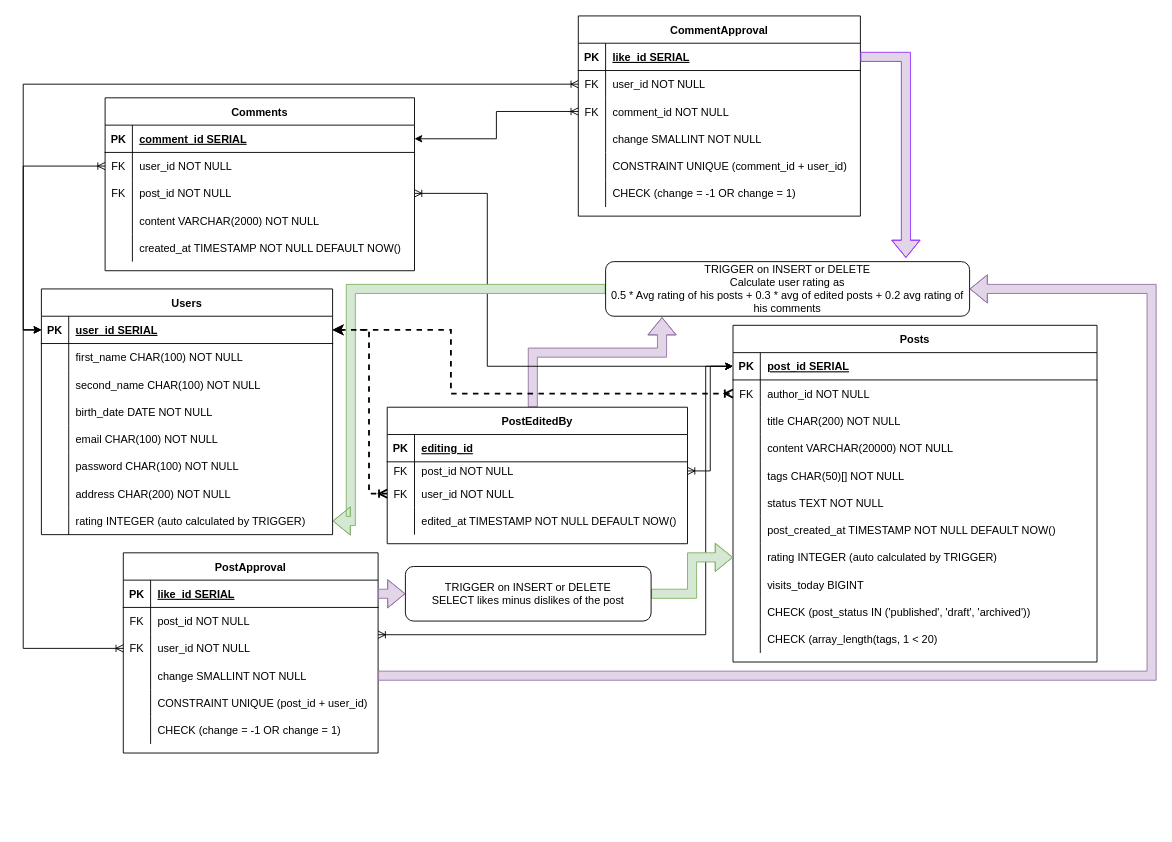
Above: src/psql/design.drawio in darklab8/darklab_training_postgresql (draw.io), before the change. Source tidied: cells renumbered, new cells numbered last; positions are measured from the earlier drawing's top-left corner, leaving out a move shared by most shapes. Both pictures are drawn from the tidied source at 91%, with x=0, y=0 at pixel (41, 15).
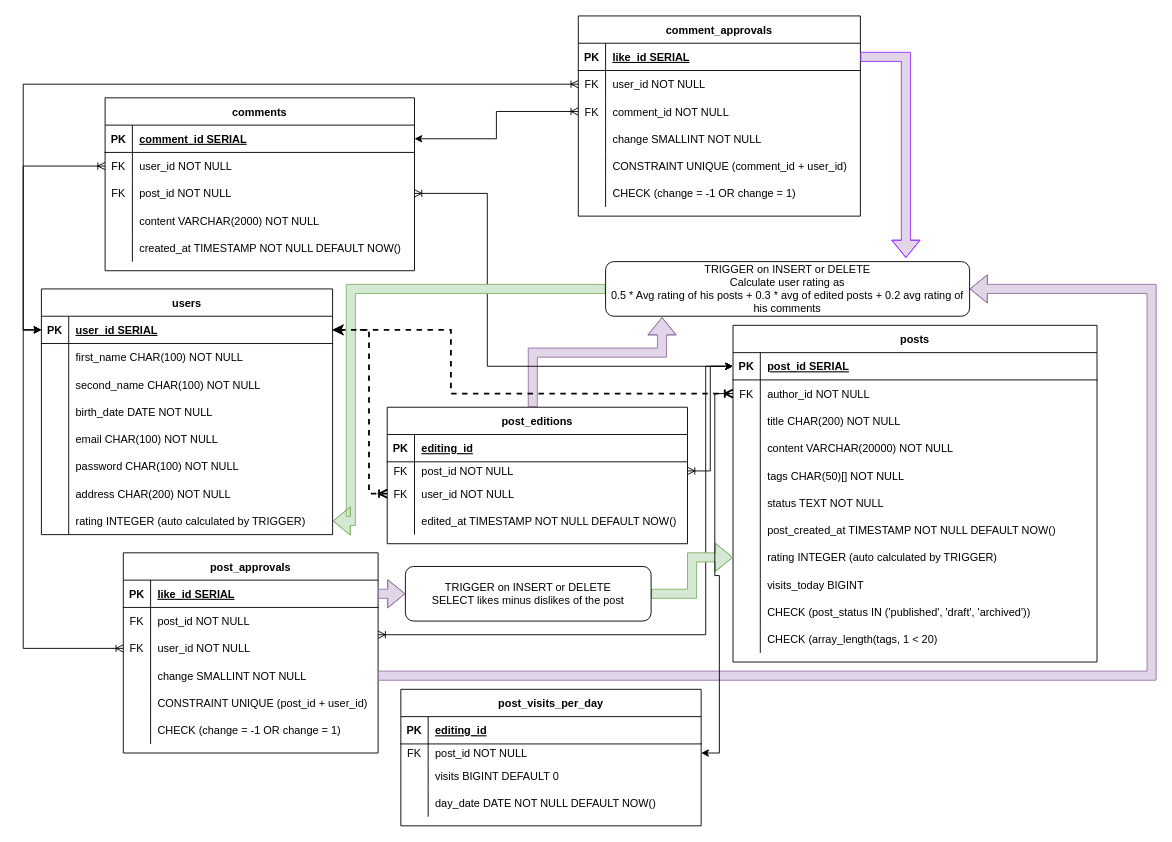
After the change.

The change refers to these unchanged cells:
```xml
<mxCell id="31" style="shape=tableRow;horizontal=0;startSize=0;swimlaneHead=0;swimlaneBody=0;fillColor=none;points=[[0,0.5],[1,0.5]];portConstraint=eastwest;top=0;left=0;right=0;bottom=0;" parent="27" vertex="1">
  <mxGeometry y="60" width="400" height="30" as="geometry" />
</mxCell>
```

Change to the diagram source:
```diff
@@
-    <mxCell id="2" value="Users" style="shape=table;startSize=30;childLayout=tableLayout;rowLines=0;fontStyle=1;align=center;" parent="1" vertex="1">
+    <mxCell id="2" value="users" style="shape=table;startSize=30;childLayout=tableLayout;rowLines=0;fontStyle=1;align=center;" parent="1" vertex="1">
       <mxGeometry y="300" width="320" height="270" as="geometry" />
     </mxCell>
@@
-    <mxCell id="27" value="Posts" style="shape=table;startSize=30;childLayout=tableLayout;rowLines=0;fontStyle=1;align=center;" parent="1" vertex="1">
+    <mxCell id="27" value="posts" style="shape=table;startSize=30;childLayout=tableLayout;rowLines=0;fontStyle=1;align=center;" parent="1" vertex="1">
       <mxGeometry x="760" y="340" width="400" height="370" as="geometry" />
     </mxCell>
@@
-    <mxCell id="62" value="PostApproval" style="shape=table;startSize=30;childLayout=tableLayout;rowLines=0;fontStyle=1;align=center;" parent="1" vertex="1">
+    <mxCell id="62" value="post_approvals" style="shape=table;startSize=30;childLayout=tableLayout;rowLines=0;fontStyle=1;align=center;" parent="1" vertex="1">
       <mxGeometry x="90" y="590" width="280" height="220" as="geometry" />
     </mxCell>
@@
-    <mxCell id="82" value="Comments" style="shape=table;startSize=30;childLayout=tableLayout;rowLines=0;fontStyle=1;align=center;" parent="1" vertex="1">
+    <mxCell id="82" value="comments" style="shape=table;startSize=30;childLayout=tableLayout;rowLines=0;fontStyle=1;align=center;" parent="1" vertex="1">
       <mxGeometry x="70" y="90" width="340" height="190" as="geometry" />
     </mxCell>
@@
-    <mxCell id="98" value="CommentApproval" style="shape=table;startSize=30;childLayout=tableLayout;rowLines=0;fontStyle=1;align=center;" parent="1" vertex="1">
+    <mxCell id="98" value="comment_approvals" style="shape=table;startSize=30;childLayout=tableLayout;rowLines=0;fontStyle=1;align=center;" parent="1" vertex="1">
       <mxGeometry x="590" width="310" height="220" as="geometry" />
     </mxCell>
@@
-    <mxCell id="120" value="PostEditedBy" style="shape=table;startSize=30;childLayout=tableLayout;rowLines=0;fontStyle=1;align=center;" parent="1" vertex="1">
+    <mxCell id="120" value="post_editions" style="shape=table;startSize=30;childLayout=tableLayout;rowLines=0;fontStyle=1;align=center;" parent="1" vertex="1">
       <mxGeometry x="380" y="430" width="330" height="150" as="geometry" />
     </mxCell>
@@
+    <mxCell id="145" value="post_visits_per_day" style="shape=table;startSize=30;childLayout=tableLayout;rowLines=0;fontStyle=1;align=center;" parent="1" vertex="1">
+      <mxGeometry x="395" y="740" width="330" height="150" as="geometry" />
+    </mxCell>
+    <mxCell id="146" style="shape=tableRow;horizontal=0;startSize=0;swimlaneHead=0;swimlaneBody=0;fillColor=none;top=0;left=0;right=0;bottom=1;" parent="145" vertex="1">
+      <mxGeometry y="30" width="330" height="30" as="geometry" />
+    </mxCell>
+    <mxCell id="147" value="PK" style="shape=partialRectangle;fillColor=none;top=0;left=0;bottom=0;right=0;fontStyle=1;overflow=hidden;" parent="146" vertex="1">
+      <mxGeometry width="30" height="30" as="geometry" />
+    </mxCell>
+    <mxCell id="148" value="editing_id" style="shape=partialRectangle;fillColor=none;top=0;left=0;bottom=0;right=0;align=left;spacingLeft=6;fontStyle=5;overflow=hidden;" parent="146" vertex="1">
+      <mxGeometry x="30" width="300" height="30" as="geometry" />
+    </mxCell>
+    <mxCell id="149" style="shape=tableRow;horizontal=0;startSize=0;swimlaneHead=0;swimlaneBody=0;fillColor=none;points=[[0,0.5],[1,0.5]];portConstraint=eastwest;top=0;left=0;right=0;bottom=0;" parent="145" vertex="1">
+      <mxGeometry y="60" width="330" height="20" as="geometry" />
+    </mxCell>
+    <mxCell id="150" value="FK" style="shape=partialRectangle;fillColor=none;top=0;left=0;bottom=0;right=0;overflow=hidden;" parent="149" vertex="1">
+      <mxGeometry width="30" height="20" as="geometry" />
+    </mxCell>
+    <mxCell id="151" value="post_id NOT NULL" style="shape=partialRectangle;fillColor=none;top=0;left=0;bottom=0;right=0;align=left;spacingLeft=6;overflow=hidden;" parent="149" vertex="1">
+      <mxGeometry x="30" width="300" height="20" as="geometry" />
+    </mxCell>
+    <mxCell id="152" style="shape=tableRow;horizontal=0;startSize=0;swimlaneHead=0;swimlaneBody=0;fillColor=none;top=0;left=0;right=0;bottom=0;" parent="145" vertex="1">
+      <mxGeometry y="80" width="330" height="30" as="geometry" />
+    </mxCell>
+    <mxCell id="153" style="shape=partialRectangle;fillColor=none;top=0;left=0;bottom=0;right=0;overflow=hidden;" parent="152" vertex="1">
+      <mxGeometry width="30" height="30" as="geometry" />
+    </mxCell>
+    <mxCell id="154" value="visits BIGINT DEFAULT 0" style="shape=partialRectangle;fillColor=none;top=0;left=0;bottom=0;right=0;align=left;spacingLeft=6;overflow=hidden;" parent="152" vertex="1">
+      <mxGeometry x="30" width="300" height="30" as="geometry" />
+    </mxCell>
+    <mxCell id="155" style="shape=tableRow;horizontal=0;startSize=0;swimlaneHead=0;swimlaneBody=0;fillColor=none;top=0;left=0;right=0;bottom=0;" parent="145" vertex="1">
+      <mxGeometry y="110" width="330" height="30" as="geometry" />
+    </mxCell>
+    <mxCell id="156" style="shape=partialRectangle;fillColor=none;top=0;left=0;bottom=0;right=0;overflow=hidden;" parent="155" vertex="1">
+      <mxGeometry width="30" height="30" as="geometry" />
+    </mxCell>
+    <mxCell id="157" value="day_date DATE NOT NULL DEFAULT NOW()" style="shape=partialRectangle;fillColor=none;top=0;left=0;bottom=0;right=0;align=left;spacingLeft=6;overflow=hidden;" parent="155" vertex="1">
+      <mxGeometry x="30" width="300" height="30" as="geometry" />
+    </mxCell>
+    <mxCell id="158" style="edgeStyle=orthogonalEdgeStyle;rounded=0;jettySize=auto;html=1;entryX=1;entryY=0.5;entryDx=0;entryDy=0;" parent="1" edge="1" source="31" target="149">
+      <mxGeometry relative="1" as="geometry" />
+    </mxCell>
```
